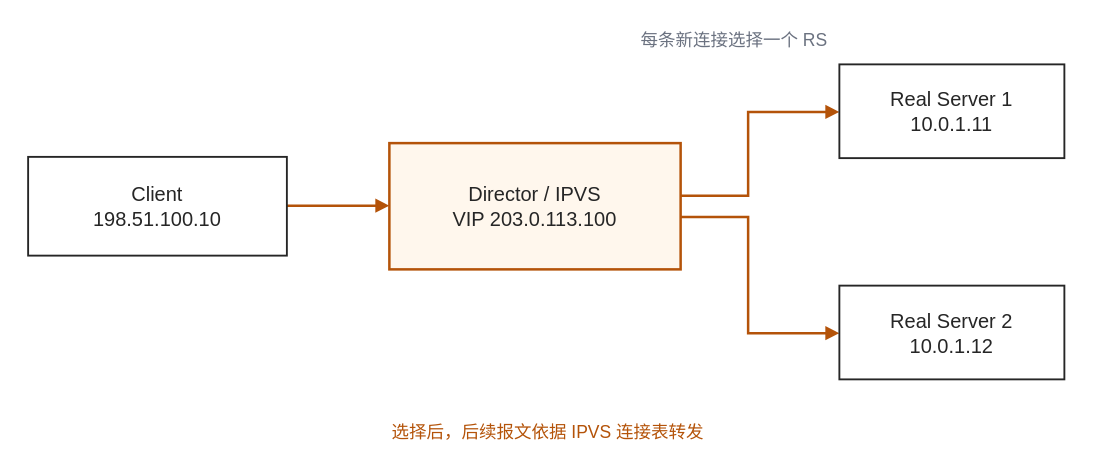
This is diagrams/lvs-architecture.drawio from cafebeef1/cafebeef1.github.io, a draw.io file, before an edit. Source tidied: cells renumbered, new cells numbered last; positions are measured from the earlier drawing's top-left corner, leaving out a move shared by most shapes. Both pictures are drawn from the tidied source at 125%, with x=0, y=0 at pixel (28, 21).
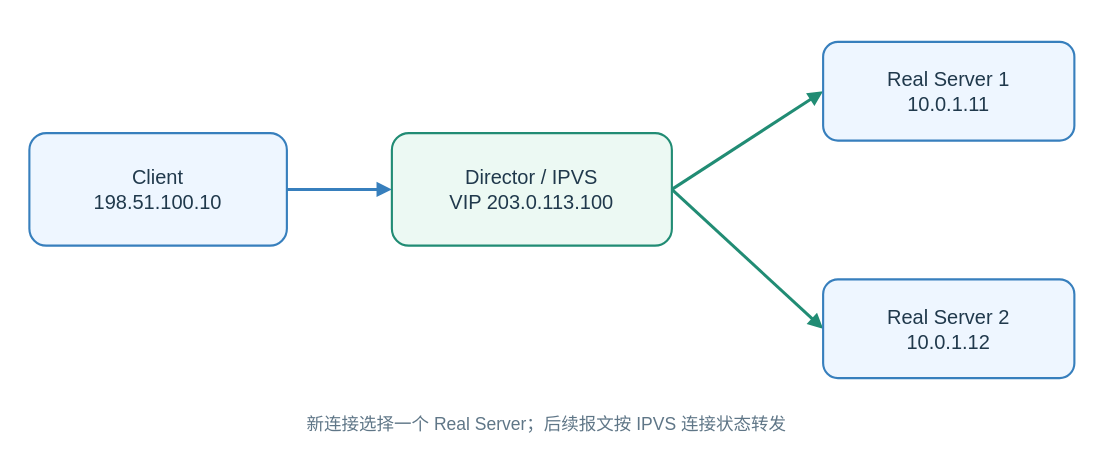
The same diagram, later.

The edit, as a diff of the source:
```diff
@@
 <mxGraphModel>
   <root>
     <mxCell id="0" />
     <mxCell id="1" parent="0" />
-    <mxCell id="2" style="edgeStyle=none;html=0;rounded=0;strokeColor=#b45309;strokeWidth=2;endArrow=block;endFill=1;" parent="1" edge="1">
+    <mxCell id="2" style="edgeStyle=none;rounded=1;html=0;strokeColor=#377fbd;strokeWidth=2.4;endArrow=block;endFill=1;" parent="1" edge="1">
       <mxGeometry relative="1" as="geometry">
-        <mxPoint x="207" y="147" as="sourcePoint" />
-        <mxPoint x="289" y="147" as="targetPoint" />
+        <mxPoint x="207" y="134" as="sourcePoint" />
+        <mxPoint x="291" y="134" as="targetPoint" />
       </mxGeometry>
     </mxCell>
-    <mxCell id="3" style="edgeStyle=none;html=0;rounded=0;strokeColor=#b45309;strokeWidth=2;endArrow=block;endFill=1;" parent="1" edge="1">
+    <mxCell id="3" style="edgeStyle=none;rounded=1;html=0;strokeColor=#218c74;strokeWidth=2.4;endArrow=block;endFill=1;" parent="1" edge="1">
       <mxGeometry relative="1" as="geometry">
-        <mxPoint x="522" y="139" as="sourcePoint" />
-        <mxPoint x="649" y="72" as="targetPoint" />
-        <Array as="points">
-          <mxPoint x="576" y="139" />
-          <mxPoint x="576" y="72" />
-        </Array>
+        <mxPoint x="515" y="134" as="sourcePoint" />
+        <mxPoint x="636" y="55.5" as="targetPoint" />
       </mxGeometry>
     </mxCell>
-    <mxCell id="4" style="edgeStyle=none;html=0;rounded=0;strokeColor=#b45309;strokeWidth=2;endArrow=block;endFill=1;" parent="1" edge="1">
+    <mxCell id="4" style="edgeStyle=none;rounded=1;html=0;strokeColor=#218c74;strokeWidth=2.4;endArrow=block;endFill=1;" parent="1" edge="1">
       <mxGeometry relative="1" as="geometry">
-        <mxPoint x="522" y="156" as="sourcePoint" />
-        <mxPoint x="649" y="249" as="targetPoint" />
-        <Array as="points">
-          <mxPoint x="576" y="156" />
-          <mxPoint x="576" y="249" />
-        </Array>
+        <mxPoint x="515" y="134" as="sourcePoint" />
+        <mxPoint x="636" y="245.5" as="targetPoint" />
       </mxGeometry>
     </mxCell>
-    <mxCell id="5" value="Client&#10;198.51.100.10" style="rounded=0;whiteSpace=wrap;html=0;fillColor=#fff;strokeColor=#262626;strokeWidth=1.5;fontSize=16;fontColor=#262626;align=center;verticalAlign=middle;spacing=5;" parent="1" vertex="1">
-      <mxGeometry y="108" width="207" height="79" as="geometry" />
+    <mxCell id="5" value="Client&#10;198.51.100.10" style="rounded=1;arcSize=15;whiteSpace=wrap;html=0;fillColor=#eef6ff;strokeColor=#377fbd;strokeWidth=1.7;fontSize=16;fontColor=#20394c;align=center;verticalAlign=middle;spacing=5;" parent="1" vertex="1">
+      <mxGeometry x="1" y="89" width="206" height="90" as="geometry" />
     </mxCell>
-    <mxCell id="6" value="Director / IPVS&#10;VIP 203.0.113.100" style="rounded=0;whiteSpace=wrap;html=0;fillColor=#fff7ed;strokeColor=#b45309;strokeWidth=2;fontSize=16;fontColor=#262626;align=center;verticalAlign=middle;spacing=5;" parent="1" vertex="1">
-      <mxGeometry x="289" y="97" width="233" height="101" as="geometry" />
+    <mxCell id="6" value="Director / IPVS&#10;VIP 203.0.113.100" style="rounded=1;arcSize=15;whiteSpace=wrap;html=0;fillColor=#ecf9f3;strokeColor=#218c74;strokeWidth=1.7;fontSize=16;fontColor=#20394c;align=center;verticalAlign=middle;spacing=5;" parent="1" vertex="1">
+      <mxGeometry x="291" y="89" width="224" height="90" as="geometry" />
     </mxCell>
-    <mxCell id="7" value="Real Server 1&#10;10.0.1.11" style="rounded=0;whiteSpace=wrap;html=0;fillColor=#fff;strokeColor=#262626;strokeWidth=1.5;fontSize=16;fontColor=#262626;align=center;verticalAlign=middle;spacing=5;" parent="1" vertex="1">
-      <mxGeometry x="649" y="34" width="180" height="75" as="geometry" />
+    <mxCell id="7" value="Real Server 1&#10;10.0.1.11" style="rounded=1;arcSize=15;whiteSpace=wrap;html=0;fillColor=#eef6ff;strokeColor=#377fbd;strokeWidth=1.7;fontSize=16;fontColor=#20394c;align=center;verticalAlign=middle;spacing=5;" parent="1" vertex="1">
+      <mxGeometry x="636" y="16" width="201" height="79" as="geometry" />
     </mxCell>
-    <mxCell id="8" value="Real Server 2&#10;10.0.1.12" style="rounded=0;whiteSpace=wrap;html=0;fillColor=#fff;strokeColor=#262626;strokeWidth=1.5;fontSize=16;fontColor=#262626;align=center;verticalAlign=middle;spacing=5;" parent="1" vertex="1">
-      <mxGeometry x="649" y="211" width="180" height="75" as="geometry" />
+    <mxCell id="8" value="Real Server 2&#10;10.0.1.12" style="rounded=1;arcSize=15;whiteSpace=wrap;html=0;fillColor=#eef6ff;strokeColor=#377fbd;strokeWidth=1.7;fontSize=16;fontColor=#20394c;align=center;verticalAlign=middle;spacing=5;" parent="1" vertex="1">
+      <mxGeometry x="636" y="206" width="201" height="79" as="geometry" />
     </mxCell>
-    <mxCell id="9" value="每条新连接选择一个 RS" style="text;html=0;strokeColor=none;fillColor=none;align=center;verticalAlign=middle;fontColor=#6b7280;fontSize=14;" parent="1" vertex="1">
-      <mxGeometry x="335" width="460" height="27" as="geometry" />
+    <mxCell id="9" value="新连接选择一个 Real Server；后续报文按 IPVS 连接状态转发" style="text;html=0;whiteSpace=wrap;fillColor=none;strokeColor=none;fontColor=#5f7687;fontSize=14;align=center;verticalAlign=middle;" parent="1" vertex="1">
+      <mxGeometry x="-5" y="308" width="840" height="28" as="geometry" />
     </mxCell>
-    <mxCell id="10" value="选择后，后续报文依据 IPVS 连接表转发" style="text;html=0;strokeColor=none;fillColor=none;align=center;verticalAlign=middle;fontColor=#b45309;fontSize=14;" parent="1" vertex="1">
-      <mxGeometry x="186" y="314" width="460" height="27" as="geometry" />
-    </mxCell>
   </root>
 </mxGraphModel>
```
